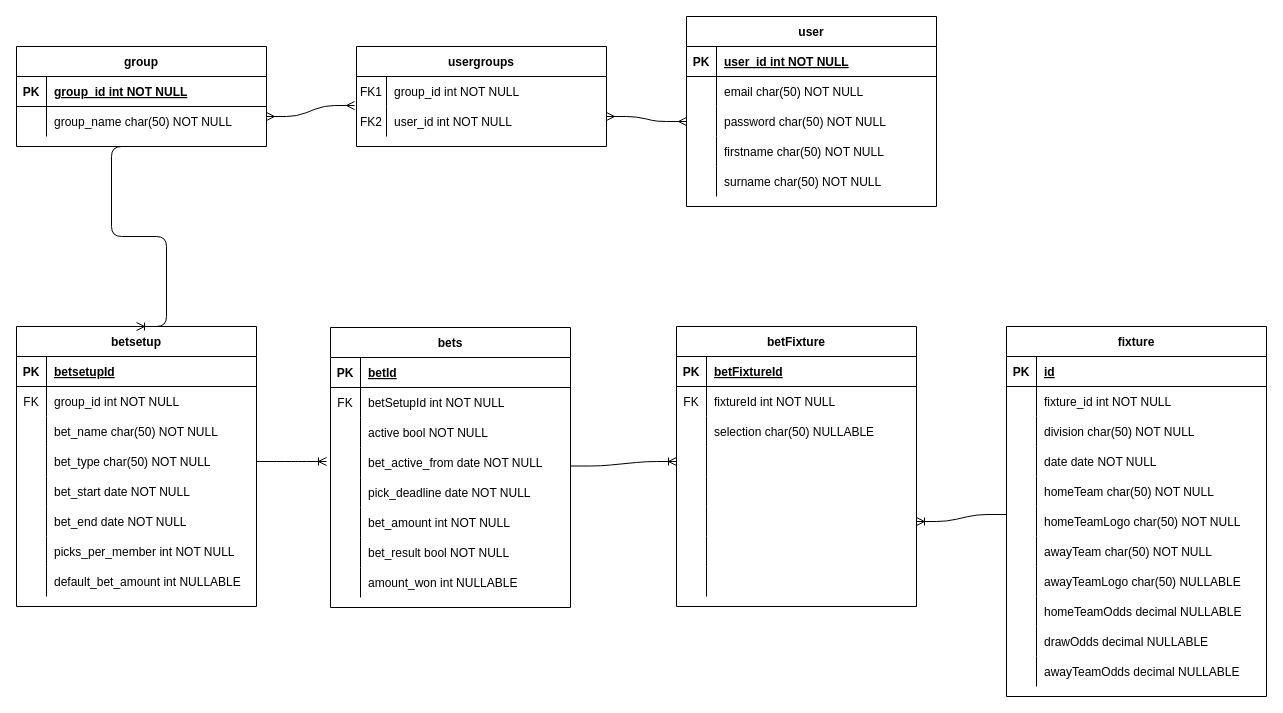
Earlier version of the draw.io diagram ERD.drawio (LeeGordon83/GroupBetLogger). Source tidied: cells renumbered, new cells numbered last; positions are measured from the earlier drawing's top-left corner, leaving out a move shared by most shapes. Both pictures are drawn from the tidied source at 100%, with x=0, y=0 at pixel (16, 16).
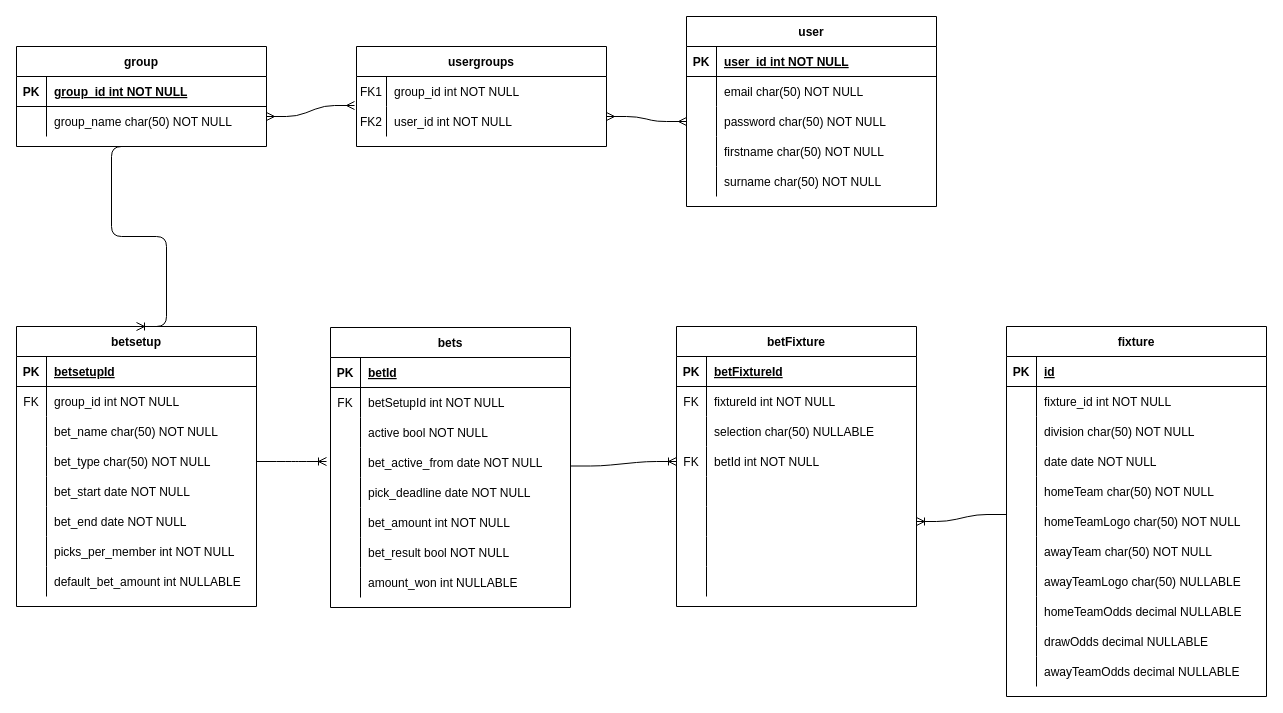
After the change.

Unchanged cells that the change refers to:
```xml
<mxCell id="96" style="shape=partialRectangle;fillColor=none;top=0;left=0;bottom=0;right=0;points=[[0,0.5],[1,0.5]];portConstraint=eastwest;" parent="86" vertex="1">
  <mxGeometry y="120" width="240" height="30" as="geometry" />
</mxCell>
```

The edit, as a diff of the source:
```diff
@@
-    <mxCell id="97" style="shape=partialRectangle;fillColor=none;top=0;left=0;bottom=0;right=0;overflow=hidden;" parent="96" vertex="1">
+    <mxCell id="97" value="FK" style="shape=partialRectangle;fillColor=none;top=0;left=0;bottom=0;right=0;overflow=hidden;" parent="96" vertex="1">
       <mxGeometry width="30" height="30" as="geometry" />
     </mxCell>
-    <mxCell id="98" style="shape=partialRectangle;fillColor=none;top=0;left=0;bottom=0;right=0;align=left;spacingLeft=6;overflow=hidden;" parent="96" vertex="1">
+    <mxCell id="98" value="betId int NOT NULL" style="shape=partialRectangle;fillColor=none;top=0;left=0;bottom=0;right=0;align=left;spacingLeft=6;overflow=hidden;" parent="96" vertex="1">
       <mxGeometry x="30" width="210" height="30" as="geometry" />
     </mxCell>
```
